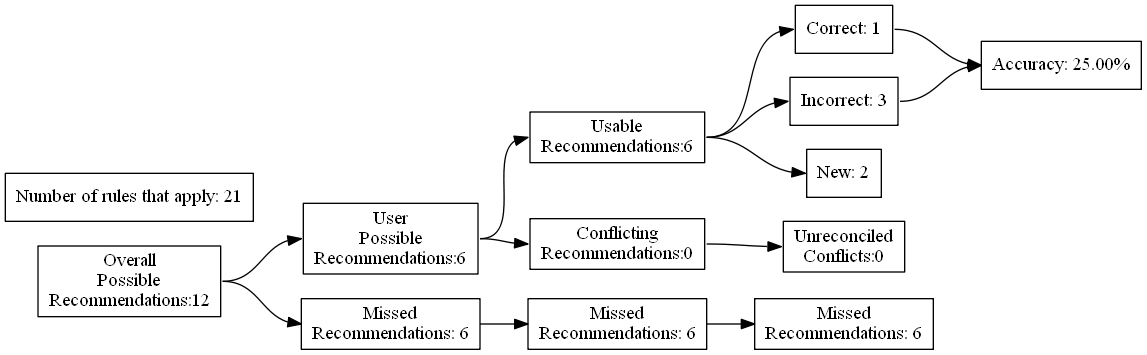
Before: test_renders/3.gv.png, a diagram exported from Graphviz (ZaxR/ibd_diet_analysis). Its source is kept beside it as test_renders/3.gv.
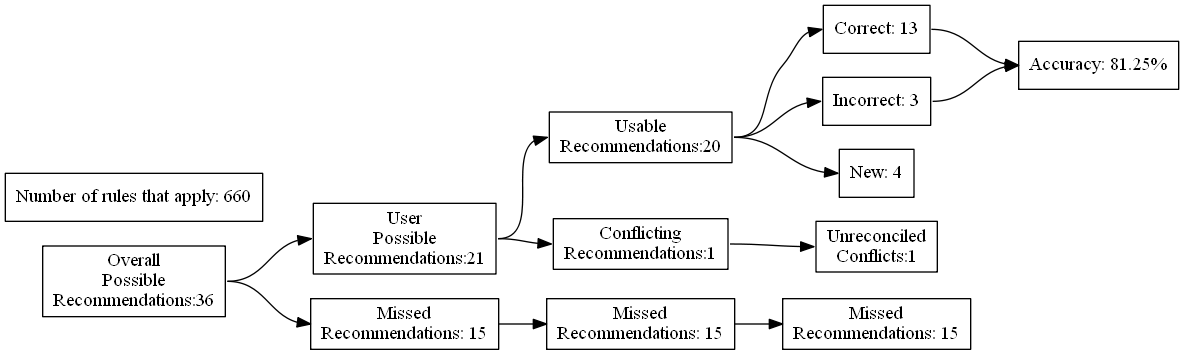
Later version of the same file.

Change to the diagram source:
```diff
@@ -4,27 +4,27 @@
 	edge [headport=w tailport=e]
 		A [label="Overall
 Possible
-Recommendations:12"]
+Recommendations:36"]
 		B [label="User
 Possible
-Recommendations:6"]
+Recommendations:21"]
 		C [label="Missed
-Recommendations: 6"]
+Recommendations: 15"]
 		D [label="Usable
-Recommendations:6"]
+Recommendations:20"]
 		E [label="Conflicting
-Recommendations:0"]
+Recommendations:1"]
 		J [label="Missed
-Recommendations: 6"]
+Recommendations: 15"]
 		M [label="Unreconciled
-Conflicts:0"]
-		F [label="Correct: 1"]
+Conflicts:1"]
+		F [label="Correct: 13"]
 		G [label="Incorrect: 3"]
-		H [label="New: 2"]
+		H [label="New: 4"]
 		K [label="Missed
-Recommendations: 6"]
-		I [label="Accuracy: 25.00%"]
-		l [label="Number of rules that apply: 21"]
+Recommendations: 15"]
+		I [label="Accuracy: 81.25%"]
+		l [label="Number of rules that apply: 660"]
 			A -> B
 			A -> C
 			B -> D
```
